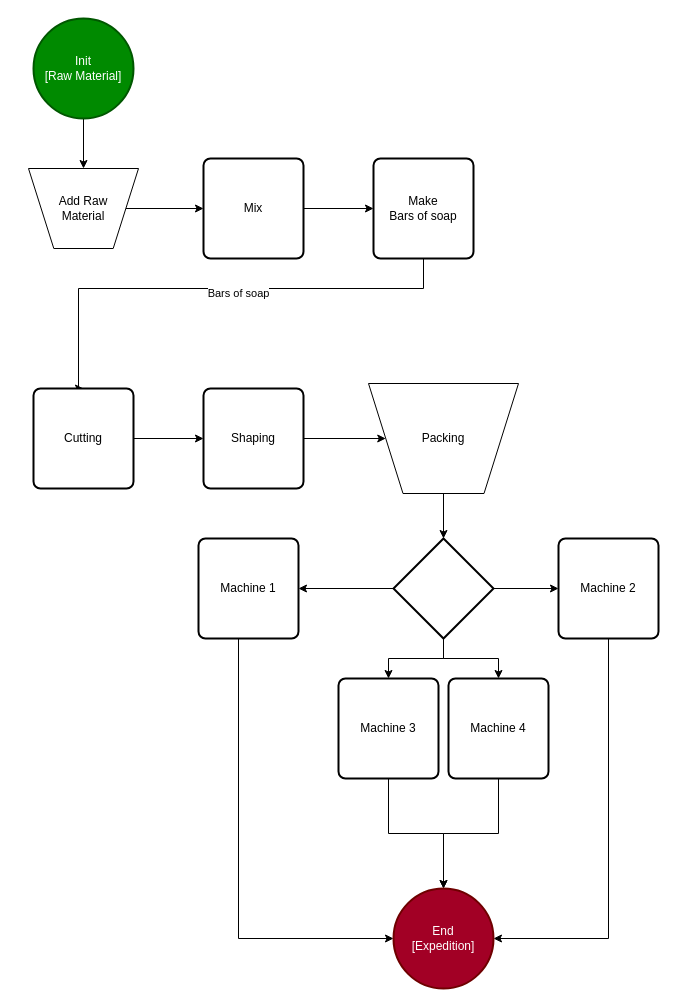
Earlier version of the draw.io diagram page "General_Process" (1 of 3) of Soap_Factory.drawio (hrosan/Teste). Source tidied: cells renumbered, new cells numbered last; positions are measured from the earlier drawing's top-left corner, leaving out a move shared by most shapes. Both pictures are drawn from the tidied source at 100%, with x=0, y=0 at pixel (28, 18).
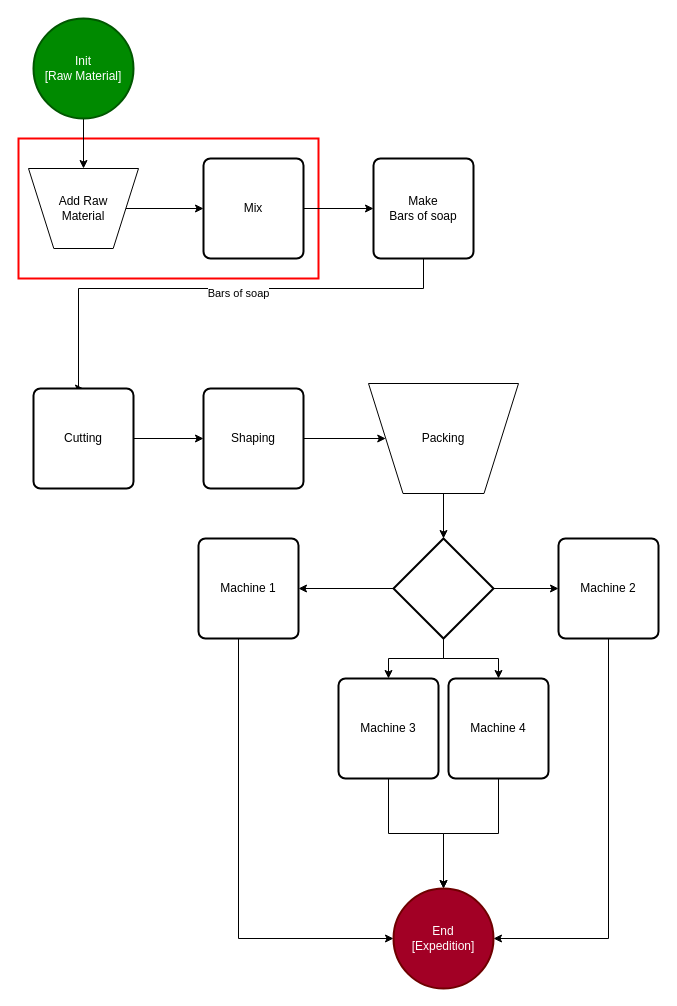
Above is the later version.

Diff of the diagram source:
```diff
@@
+    <mxCell id="31" style="rounded=0;whiteSpace=wrap;html=1;fillColor=none;strokeWidth=2;strokeColor=#FF0000;" parent="1" vertex="1">
+      <mxGeometry x="-10" y="120" width="300" height="140" as="geometry" />
+    </mxCell>
```
